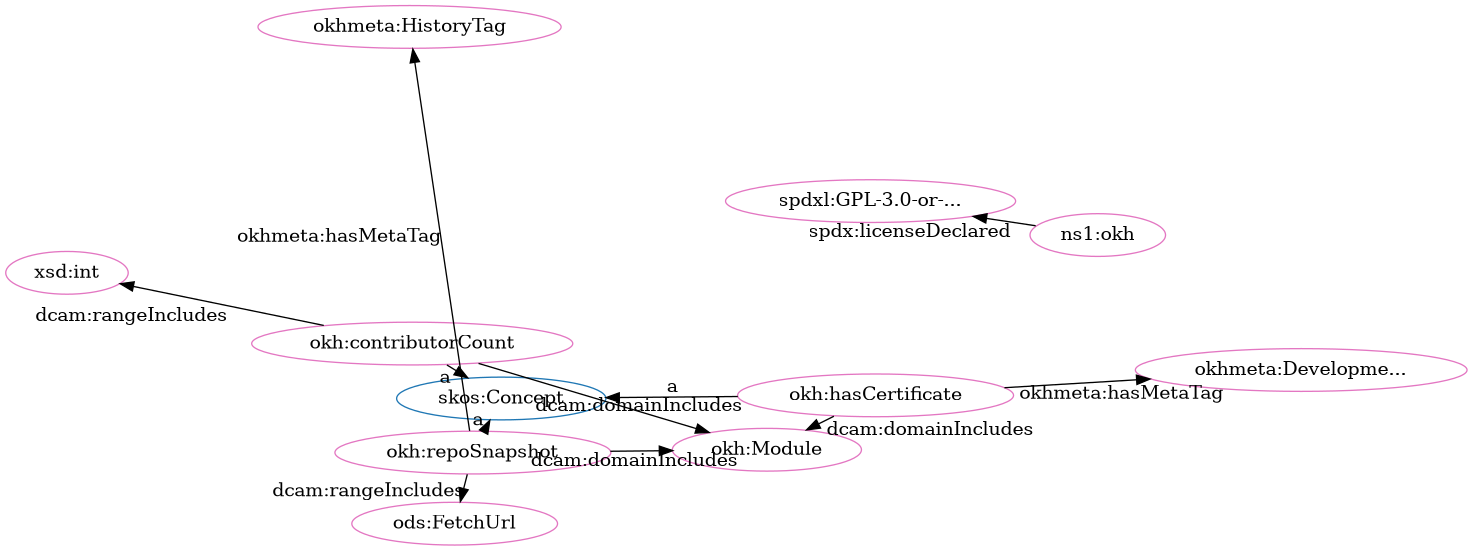
This is src/spec/fdp_okh_proposed-clean.png from iop-alliance/OpenKnowHow, a Graphviz export, as it was before one commit. Its source is kept beside it as src/spec/fdp_okh_proposed-clean.dot.
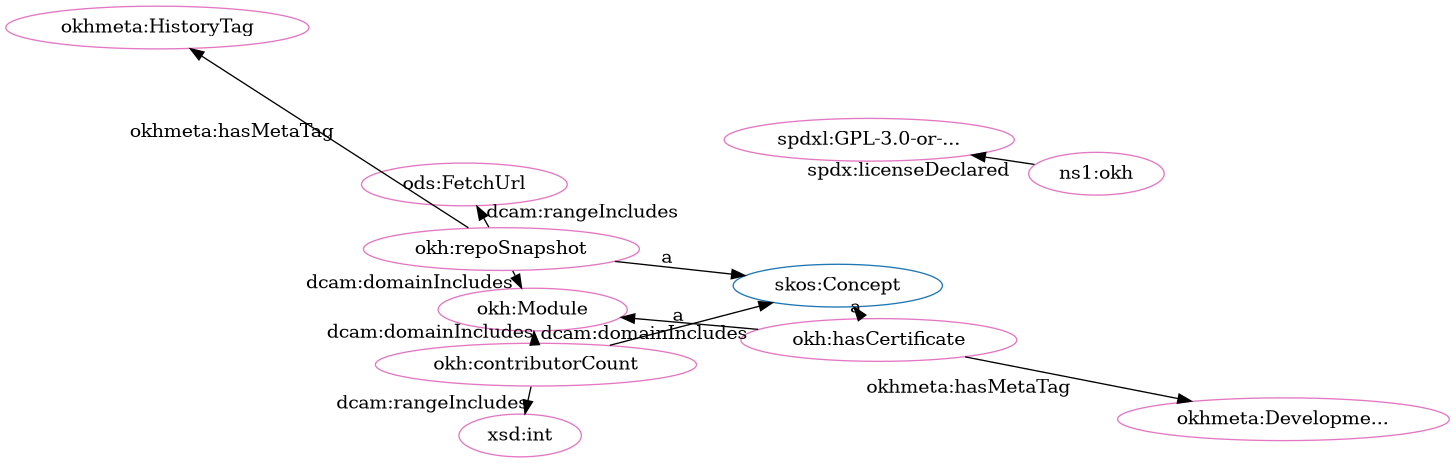
The same diagram one commit later.

Diff of the diagram source:
```diff
@@ -2,25 +2,25 @@
   rankdir=BT
   node[height=.3]
 "http://www.w3.org/2004/02/skos/core#Concept" [fillcolor="#1f77b4" color="#1f77b4" label="skos:Concept"]
+"http://w3id.org/oseg/ont/okh#hasCertificate" [fillcolor="#e377c2" color="#e377c2" label="okh:hasCertificate"]
 "http://w3id.org/oseg/ont/okh#Module" [fillcolor="#e377c2" color="#e377c2" label="okh:Module"]
+"http://w3id.org/oseg/ont/ods#FetchUrl" [fillcolor="#e377c2" color="#e377c2" label="ods:FetchUrl"]
 "http://w3id.org/oseg/ont/okhmeta#DevelopmentTag" [fillcolor="#e377c2" color="#e377c2" label="okhmeta:Developme..."]
-"http://w3id.org/oseg/ont/okh#contributorCount" [fillcolor="#e377c2" color="#e377c2" label="okh:contributorCount"]
 "http://w3id.org/oseg/ont/okh#repoSnapshot" [fillcolor="#e377c2" color="#e377c2" label="okh:repoSnapshot"]
-"http://w3id.org/oseg/ont/okh#hasCertificate" [fillcolor="#e377c2" color="#e377c2" label="okh:hasCertificate"]
 "http://spdx.org/licenses/GPL-3.0-or-later" [fillcolor="#e377c2" color="#e377c2" label="spdxl:GPL-3.0-or-..."]
-"http://w3id.org/oseg/ont/ods#FetchUrl" [fillcolor="#e377c2" color="#e377c2" label="ods:FetchUrl"]
-"http://w3id.org/oseg/ont/okh" [fillcolor="#e377c2" color="#e377c2" label="ns1:okh"]
 "http://w3id.org/oseg/ont/okhmeta#HistoryTag" [fillcolor="#e377c2" color="#e377c2" label="okhmeta:HistoryTag"]
 "http://www.w3.org/2001/XMLSchema#int" [fillcolor="#e377c2" color="#e377c2" label="xsd:int"]
+"http://w3id.org/oseg/ont/okh#contributorCount" [fillcolor="#e377c2" color="#e377c2" label="okh:contributorCount"]
+"http://w3id.org/oseg/ont/okh" [fillcolor="#e377c2" color="#e377c2" label="ns1:okh"]
+  "http://w3id.org/oseg/ont/okh#contributorCount" -> "http://w3id.org/oseg/ont/okh#Module" [label="dcam:domainIncludes"]
+  "http://w3id.org/oseg/ont/okh" -> "http://spdx.org/licenses/GPL-3.0-or-later" [label="spdx:licenseDeclared"]
+  "http://w3id.org/oseg/ont/okh#repoSnapshot" -> "http://w3id.org/oseg/ont/okhmeta#HistoryTag" [label="okhmeta:hasMetaTag"]
+  "http://w3id.org/oseg/ont/okh#contributorCount" -> "http://www.w3.org/2001/XMLSchema#int" [label="dcam:rangeIncludes"]
+  "http://w3id.org/oseg/ont/okh#repoSnapshot" -> "http://w3id.org/oseg/ont/okh#Module" [label="dcam:domainIncludes"]
+  "http://w3id.org/oseg/ont/okh#contributorCount" -> "http://www.w3.org/2004/02/skos/core#Concept" [label="a"]
   "http://w3id.org/oseg/ont/okh#hasCertificate" -> "http://w3id.org/oseg/ont/okh#Module" [label="dcam:domainIncludes"]
-  "http://w3id.org/oseg/ont/okh#contributorCount" -> "http://www.w3.org/2004/02/skos/core#Concept" [label="a"]
-  "http://w3id.org/oseg/ont/okh" -> "http://spdx.org/licenses/GPL-3.0-or-later" [label="spdx:licenseDeclared"]
   "http://w3id.org/oseg/ont/okh#repoSnapshot" -> "http://w3id.org/oseg/ont/ods#FetchUrl" [label="dcam:rangeIncludes"]
-  "http://w3id.org/oseg/ont/okh#contributorCount" -> "http://w3id.org/oseg/ont/okh#Module" [label="dcam:domainIncludes"]
   "http://w3id.org/oseg/ont/okh#hasCertificate" -> "http://w3id.org/oseg/ont/okhmeta#DevelopmentTag" [label="okhmeta:hasMetaTag"]
   "http://w3id.org/oseg/ont/okh#repoSnapshot" -> "http://www.w3.org/2004/02/skos/core#Concept" [label="a"]
   "http://w3id.org/oseg/ont/okh#hasCertificate" -> "http://www.w3.org/2004/02/skos/core#Concept" [label="a"]
-  "http://w3id.org/oseg/ont/okh#repoSnapshot" -> "http://w3id.org/oseg/ont/okh#Module" [label="dcam:domainIncludes"]
-  "http://w3id.org/oseg/ont/okh#repoSnapshot" -> "http://w3id.org/oseg/ont/okhmeta#HistoryTag" [label="okhmeta:hasMetaTag"]
-  "http://w3id.org/oseg/ont/okh#contributorCount" -> "http://www.w3.org/2001/XMLSchema#int" [label="dcam:rangeIncludes"]
 }
```
